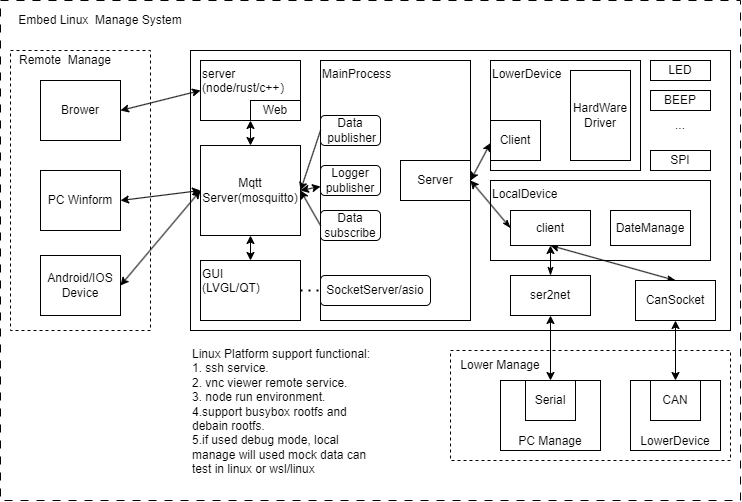
The draw.io diagram doc/image/mainFrame.png in zc110747/remote_manage, before a commit. Source tidied: cells renumbered, new cells last; positions are measured from the earlier drawing's top-left corner, leaving out a move shared by most shapes.
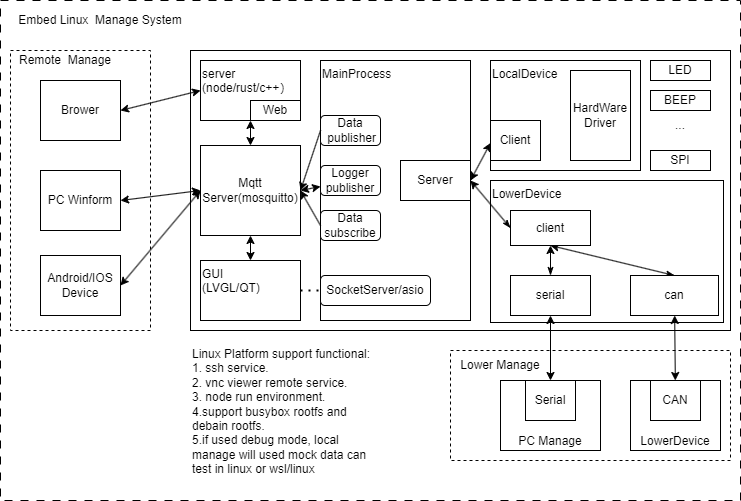
Above is the later version.

What changed in the source:
```diff
@@ -8,8 +8,8 @@
     <mxCell id="3" style="rounded=0;whiteSpace=wrap;html=1;" parent="1" vertex="1">
       <mxGeometry x="190" y="50" width="540" height="280" as="geometry" />
     </mxCell>
-    <mxCell id="4" value="LocalDevice" style="rounded=0;whiteSpace=wrap;html=1;align=left;verticalAlign=top;" parent="1" vertex="1">
-      <mxGeometry x="490" y="180" width="220" height="80" as="geometry" />
+    <mxCell id="4" value="LowerDevice" style="rounded=0;whiteSpace=wrap;html=1;align=left;verticalAlign=top;" parent="1" vertex="1">
+      <mxGeometry x="490" y="180" width="233" height="142" as="geometry" />
     </mxCell>
     <mxCell id="5" style="rounded=0;whiteSpace=wrap;html=1;dashed=1;" parent="1" vertex="1">
       <mxGeometry x="450" y="350" width="280" height="110" as="geometry" />
@@ -20,7 +20,7 @@
     <mxCell id="7" value="MainProcess" style="rounded=0;whiteSpace=wrap;html=1;align=left;verticalAlign=top;" parent="1" vertex="1">
       <mxGeometry x="320" y="60" width="150" height="260" as="geometry" />
     </mxCell>
-    <mxCell id="8" value="LowerDevice&lt;br&gt;" style="rounded=0;whiteSpace=wrap;html=1;align=left;verticalAlign=top;" parent="1" vertex="1">
+    <mxCell id="8" value="LocalDevice" style="rounded=0;whiteSpace=wrap;html=1;align=left;verticalAlign=top;" parent="1" vertex="1">
       <mxGeometry x="490" y="60" width="150" height="110" as="geometry" />
     </mxCell>
     <mxCell id="9" value="Server" style="rounded=0;whiteSpace=wrap;html=1;" parent="1" vertex="1">
@@ -38,7 +38,7 @@
     <mxCell id="13" style="edgeStyle=none;html=1;exitX=0.5;exitY=0;exitDx=0;exitDy=0;entryX=0.5;entryY=1;entryDx=0;entryDy=0;startArrow=classicThin;startFill=1;" parent="1" edge="1" source="14" target="52">
       <mxGeometry relative="1" as="geometry" />
     </mxCell>
-    <mxCell id="14" value="ser2net" style="rounded=0;whiteSpace=wrap;html=1;" parent="1" vertex="1">
+    <mxCell id="14" value="serial" style="rounded=0;whiteSpace=wrap;html=1;" parent="1" vertex="1">
       <mxGeometry x="510" y="275" width="80" height="40" as="geometry" />
     </mxCell>
     <mxCell id="15" style="endArrow=classic;html=1;exitX=0.5;exitY=0;exitDx=0;exitDy=0;entryX=0.5;entryY=1;entryDx=0;entryDy=0;startArrow=classic;startFill=1;" parent="1" edge="1" source="11" target="14">
@@ -71,8 +71,8 @@
     <mxCell id="24" style="edgeStyle=none;html=1;exitX=0.5;exitY=0;exitDx=0;exitDy=0;entryX=0.5;entryY=1;entryDx=0;entryDy=0;startArrow=classicThin;startFill=1;" parent="1" edge="1" source="25" target="52">
       <mxGeometry relative="1" as="geometry" />
     </mxCell>
-    <mxCell id="25" value="CanSocket" style="rounded=0;whiteSpace=wrap;html=1;" parent="1" vertex="1">
-      <mxGeometry x="635" y="280" width="80" height="40" as="geometry" />
+    <mxCell id="25" value="can" style="rounded=0;whiteSpace=wrap;html=1;" parent="1" vertex="1">
+      <mxGeometry x="630" y="275" width="88" height="40" as="geometry" />
     </mxCell>
     <mxCell id="26" value="LED" style="rounded=0;whiteSpace=wrap;html=1;" parent="1" vertex="1">
       <mxGeometry x="650" y="60" width="60" height="20" as="geometry" />
@@ -157,8 +157,5 @@
     <mxCell id="52" value="client" style="rounded=0;whiteSpace=wrap;html=1;" parent="1" vertex="1">
       <mxGeometry x="510" y="210" width="80" height="35" as="geometry" />
     </mxCell>
-    <mxCell id="53" value="DateManage" style="rounded=0;whiteSpace=wrap;html=1;" parent="1" vertex="1">
-      <mxGeometry x="610" y="210" width="80" height="35" as="geometry" />
-    </mxCell>
   </root>
 </mxGraphModel>
```
